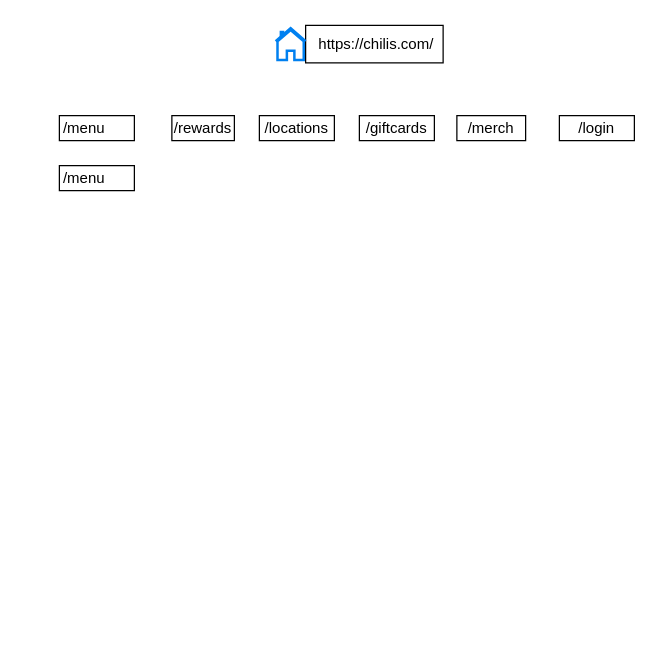
Before: Chilisitemap.drawio in Pao099/AWS, a draw.io diagram. Source tidied: cells renumbered, new cells numbered last; positions are measured from the earlier drawing's top-left corner, leaving out a move shared by most shapes. Both pictures are drawn from the tidied source at 125%, with x=0, y=0 at pixel (59, 25).
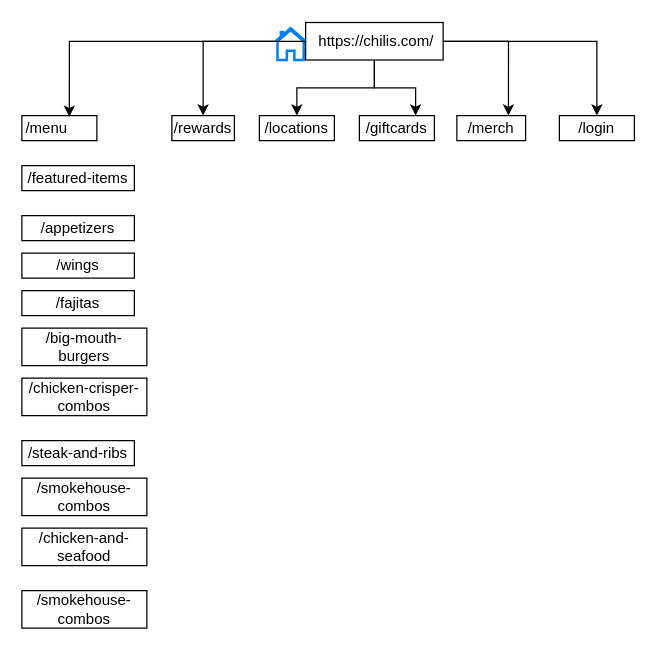
The same page after the edit.

The change refers to these unchanged cells:
```xml
<mxCell id="3" value="/login" style="rounded=0;whiteSpace=wrap;html=1;" parent="1" vertex="1">
  <mxGeometry x="400" y="72" width="60" height="20" as="geometry" />
</mxCell>
<mxCell id="4" value="/merch" style="rounded=0;whiteSpace=wrap;html=1;" parent="1" vertex="1">
  <mxGeometry x="318" y="72" width="55" height="20" as="geometry" />
</mxCell>
<mxCell id="5" value="/giftcards" style="rounded=0;whiteSpace=wrap;html=1;" parent="1" vertex="1">
  <mxGeometry x="240" y="72" width="60" height="20" as="geometry" />
</mxCell>
<mxCell id="6" value="/locations" style="rounded=0;whiteSpace=wrap;html=1;" parent="1" vertex="1">
  <mxGeometry x="160" y="72" width="60" height="20" as="geometry" />
</mxCell>
<mxCell id="7" value="/rewards" style="rounded=0;whiteSpace=wrap;html=1;" parent="1" vertex="1">
  <mxGeometry x="90" y="72" width="50" height="20" as="geometry" />
</mxCell>
```

The edit, as a diff of the source:
```diff
@@
+    <mxCell id="11" style="edgeStyle=orthogonalEdgeStyle;rounded=0;jettySize=auto;html=1;entryX=0.5;entryY=0;entryDx=0;entryDy=0;" parent="1" edge="1" source="2" target="3">
+      <mxGeometry relative="1" as="geometry" />
+    </mxCell>
+    <mxCell id="12" style="edgeStyle=orthogonalEdgeStyle;rounded=0;jettySize=auto;html=1;entryX=0.5;entryY=0;entryDx=0;entryDy=0;" parent="1" edge="1" source="2" target="7">
+      <mxGeometry relative="1" as="geometry" />
+    </mxCell>
+    <mxCell id="13" style="edgeStyle=orthogonalEdgeStyle;rounded=0;jettySize=auto;html=1;" parent="1" edge="1" source="2" target="6">
+      <mxGeometry relative="1" as="geometry" />
+    </mxCell>
+    <mxCell id="14" style="edgeStyle=orthogonalEdgeStyle;rounded=0;jettySize=auto;html=1;entryX=0.75;entryY=0;entryDx=0;entryDy=0;" parent="1" edge="1" source="2" target="4">
+      <mxGeometry relative="1" as="geometry" />
+    </mxCell>
+    <mxCell id="15" style="edgeStyle=orthogonalEdgeStyle;rounded=0;jettySize=auto;html=1;entryX=0.75;entryY=0;entryDx=0;entryDy=0;" parent="1" edge="1" source="2" target="5">
+      <mxGeometry relative="1" as="geometry" />
+    </mxCell>
     <mxCell id="2" value="&amp;nbsp;https://chilis.com/" style="rounded=0;whiteSpace=wrap;html=1;" parent="1" vertex="1">
-      <mxGeometry x="197" y="-0.2" width="110" height="30" as="geometry" />
+      <mxGeometry x="197" y="-2.5" width="110" height="30" as="geometry" />
     </mxCell>
@@
     <mxCell id="8" value="/menu&lt;span style=&quot;white-space: pre;&quot;&gt;&#9;&lt;/span&gt;" style="rounded=0;whiteSpace=wrap;html=1;" parent="1" vertex="1">
-      <mxGeometry y="72" width="60" height="20" as="geometry" />
+      <mxGeometry x="-30" y="72" width="60" height="20" as="geometry" />
     </mxCell>
-    <mxCell id="9" value="/menu&lt;span style=&quot;white-space: pre;&quot;&gt;&#9;&lt;/span&gt;" style="rounded=0;whiteSpace=wrap;html=1;" parent="1" vertex="1">
-      <mxGeometry y="112" width="60" height="20" as="geometry" />
+    <mxCell id="9" value="/featured-items" style="rounded=0;whiteSpace=wrap;html=1;" parent="1" vertex="1">
+      <mxGeometry x="-30" y="112" width="90" height="20" as="geometry" />
     </mxCell>
@@
+    <mxCell id="16" value="/fajitas" style="rounded=0;whiteSpace=wrap;html=1;" parent="1" vertex="1">
+      <mxGeometry x="-30" y="212" width="90" height="20" as="geometry" />
+    </mxCell>
+    <mxCell id="17" value="/appetizers" style="rounded=0;whiteSpace=wrap;html=1;" parent="1" vertex="1">
+      <mxGeometry x="-30" y="152" width="90" height="20" as="geometry" />
+    </mxCell>
+    <mxCell id="18" value="/wings" style="rounded=0;whiteSpace=wrap;html=1;" parent="1" vertex="1">
+      <mxGeometry x="-30" y="182" width="90" height="20" as="geometry" />
+    </mxCell>
+    <mxCell id="19" value="/smokehouse-combos" style="rounded=0;whiteSpace=wrap;html=1;" parent="1" vertex="1">
+      <mxGeometry x="-30" y="362" width="100" height="30" as="geometry" />
+    </mxCell>
+    <mxCell id="20" value="/big-mouth-burgers" style="rounded=0;whiteSpace=wrap;html=1;" parent="1" vertex="1">
+      <mxGeometry x="-30" y="242" width="100" height="30" as="geometry" />
+    </mxCell>
+    <mxCell id="21" value="/steak-and-ribs" style="rounded=0;whiteSpace=wrap;html=1;" parent="1" vertex="1">
+      <mxGeometry x="-30" y="332" width="90" height="20" as="geometry" />
+    </mxCell>
+    <mxCell id="22" value="/chicken-crisper-combos" style="rounded=0;whiteSpace=wrap;html=1;" parent="1" vertex="1">
+      <mxGeometry x="-30" y="282" width="100" height="30" as="geometry" />
+    </mxCell>
+    <mxCell id="23" value="/chicken-and-seafood" style="rounded=0;whiteSpace=wrap;html=1;" parent="1" vertex="1">
+      <mxGeometry x="-30" y="402" width="100" height="30" as="geometry" />
+    </mxCell>
+    <mxCell id="24" value="/smokehouse-combos" style="rounded=0;whiteSpace=wrap;html=1;" parent="1" vertex="1">
+      <mxGeometry x="-30" y="452" width="100" height="30" as="geometry" />
+    </mxCell>
+    <mxCell id="25" style="edgeStyle=orthogonalEdgeStyle;rounded=0;jettySize=auto;html=1;entryX=0.633;entryY=0.05;entryDx=0;entryDy=0;entryPerimeter=0;" parent="1" edge="1" source="2" target="8">
+      <mxGeometry relative="1" as="geometry" />
+    </mxCell>
```
